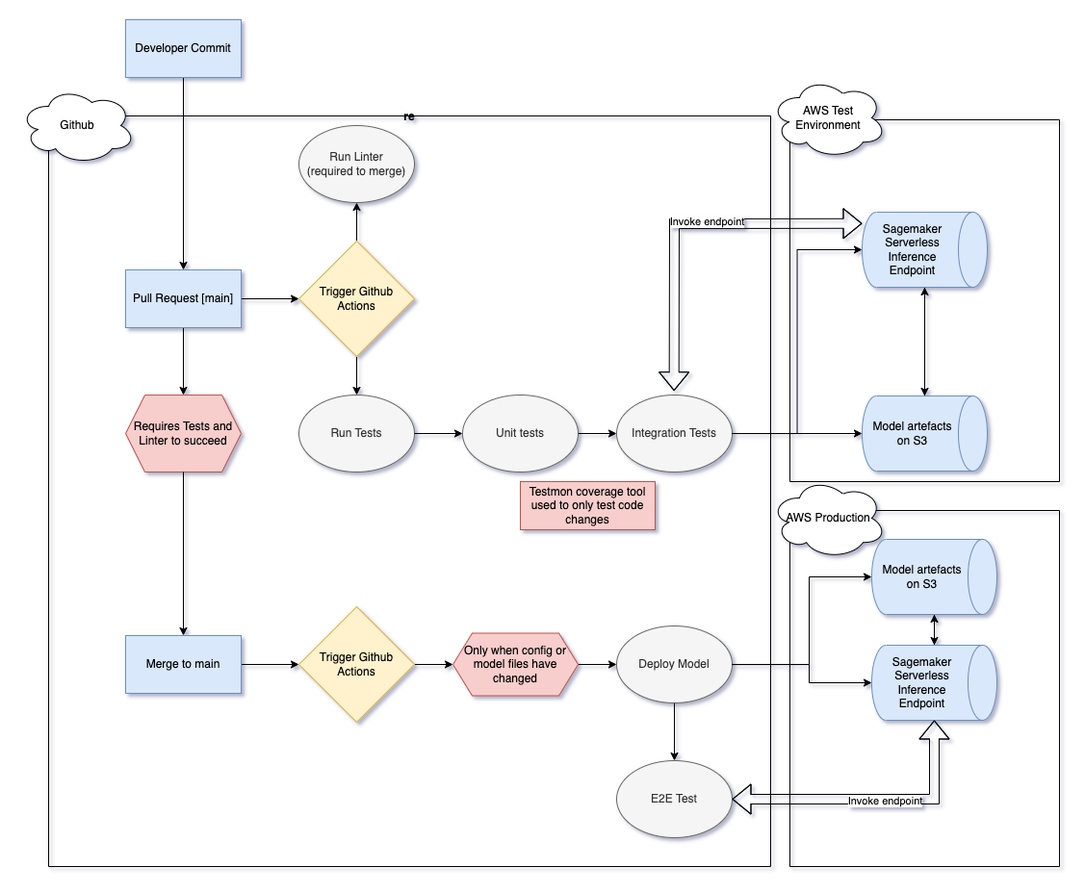
Before: docs/PlasticDetectionModel.png, a diagram exported from draw.io (OceanEcoWatch/PlasticDetectionModel). Source tidied: cells renumbered, new cells last; positions are measured from the earlier drawing's top-left corner, leaving out a move shared by most shapes.
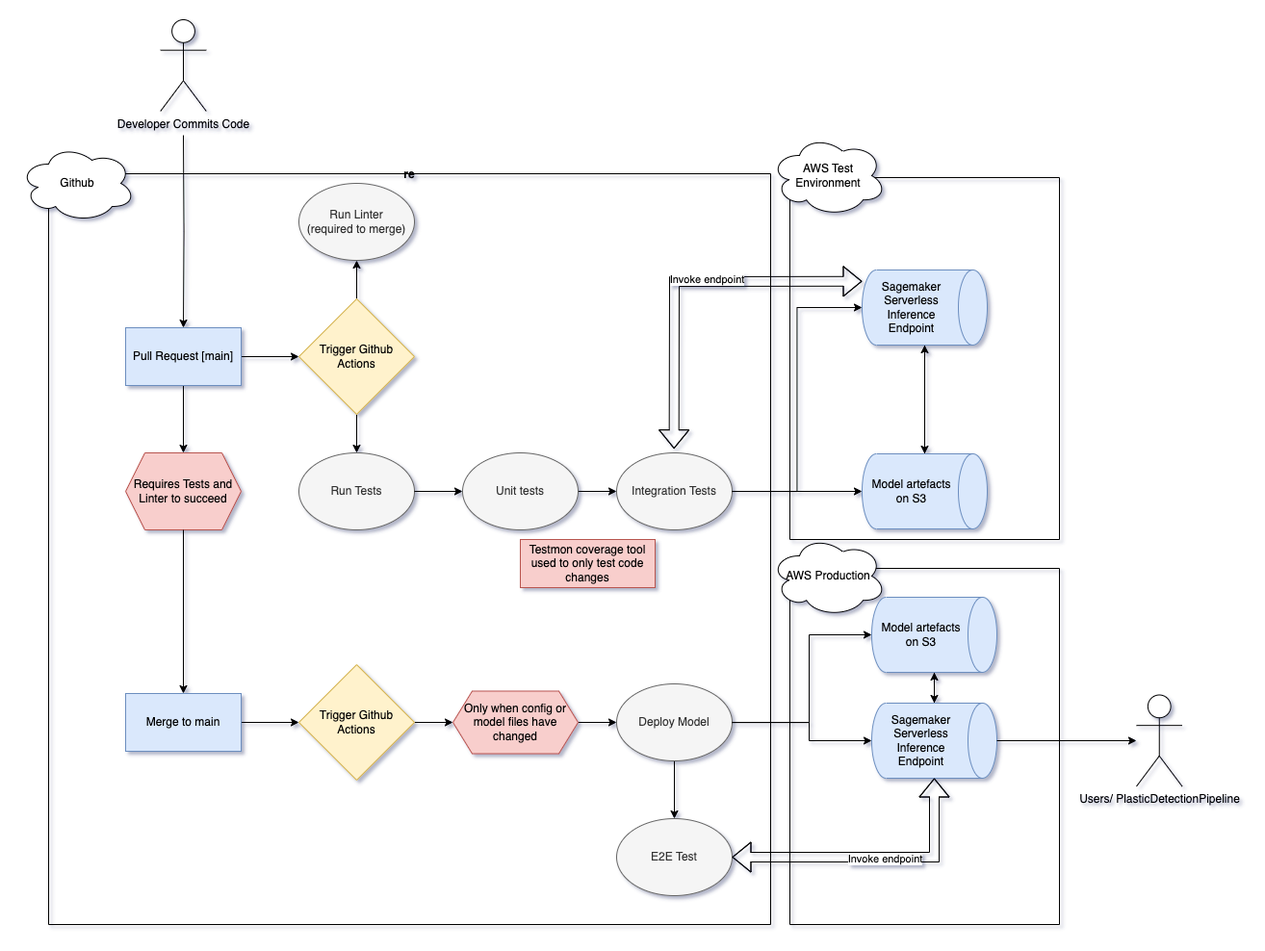
Above is the later version.

Change to the diagram source:
```diff
@@ -2,12 +2,11 @@
   <root>
     <mxCell id="0" />
     <mxCell id="1" parent="0" />
-    <mxCell id="2" style="edgeStyle=orthogonalEdgeStyle;rounded=0;jettySize=auto;html=1;" parent="1" edge="1" source="3" target="6">
-      <mxGeometry relative="1" as="geometry" />
+    <mxCell id="2" style="edgeStyle=orthogonalEdgeStyle;rounded=0;jettySize=auto;html=1;" parent="1" edge="1" target="6">
+      <mxGeometry relative="1" as="geometry">
+        <mxPoint x="170" y="60" as="sourcePoint" />
+      </mxGeometry>
     </mxCell>
-    <mxCell id="3" value="Developer Commit" style="rounded=0;whiteSpace=wrap;html=1;fillColor=#dae8fc;strokeColor=#6c8ebf;" parent="1" vertex="1">
-      <mxGeometry x="110" width="120" height="60" as="geometry" />
-    </mxCell>
     <mxCell id="4" style="edgeStyle=orthogonalEdgeStyle;rounded=0;jettySize=auto;html=1;" parent="1" edge="1" source="6" target="27">
       <mxGeometry relative="1" as="geometry" />
     </mxCell>
@@ -171,5 +170,14 @@
     <mxCell id="50" style="edgeStyle=orthogonalEdgeStyle;rounded=0;jettySize=auto;html=1;entryX=0.5;entryY=1;entryDx=0;entryDy=0;entryPerimeter=0;" parent="1" edge="1" source="19" target="40">
       <mxGeometry relative="1" as="geometry" />
     </mxCell>
+    <mxCell id="51" value="Users/ PlasticDetectionPipeline" style="shape=umlActor;verticalLabelPosition=bottom;verticalAlign=top;html=1;outlineConnect=0;" parent="1" vertex="1">
+      <mxGeometry x="1160" y="641.5" width="47.5" height="95" as="geometry" />
+    </mxCell>
+    <mxCell id="52" style="edgeStyle=orthogonalEdgeStyle;rounded=0;jettySize=auto;html=1;" parent="1" edge="1" source="35" target="51">
+      <mxGeometry relative="1" as="geometry" />
+    </mxCell>
+    <mxCell id="53" value="Developer Commits Code" style="shape=umlActor;verticalLabelPosition=bottom;verticalAlign=top;html=1;" parent="1" vertex="1">
+      <mxGeometry x="146.2" y="-60" width="47.5" height="95" as="geometry" />
+    </mxCell>
   </root>
 </mxGraphModel>
```
